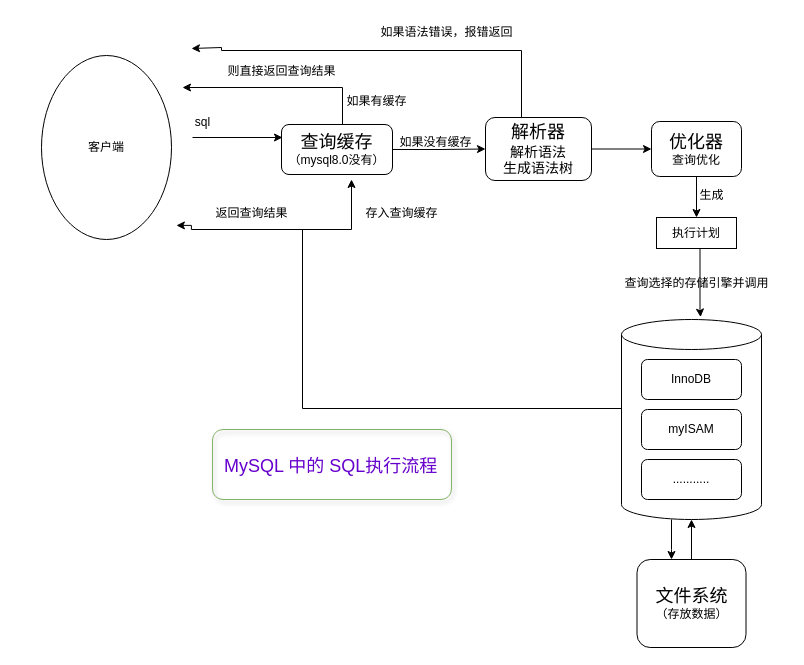
The draw.io diagram 未命名绘图.drawio in 808bass666/Algorithm, before the edit. Source tidied: cells renumbered, new cells numbered last; positions are measured from the earlier drawing's top-left corner, leaving out a move shared by most shapes. Both pictures are drawn from the tidied source at 100%, with x=0, y=0 at pixel (41, 17).
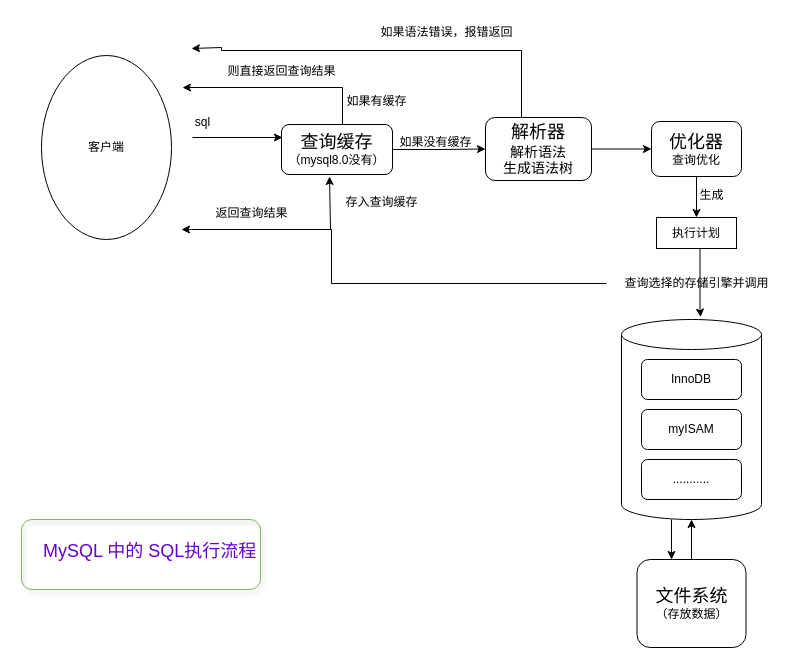
The same page after the edit.

Unchanged cells that the change refers to:
```xml
<mxCell id="18" value="查询选择的存储引擎并调用" style="text;html=1;align=center;verticalAlign=middle;points=[];strokeColor=none;fillColor=none;" parent="1" vertex="1">
  <mxGeometry x="565" y="251" width="180" height="30" as="geometry" />
</mxCell>
```

Change to the diagram source:
```diff
@@
     <mxCell id="2" value="&lt;font color=&quot;#6600cc&quot; style=&quot;font-size: 18px;&quot;&gt;MySQL 中的 SQL执行流程&lt;/font&gt;" style="text;whiteSpace=wrap;html=1;" parent="1" vertex="1">
-      <mxGeometry x="181" y="432" width="249" height="40" as="geometry" />
+      <mxGeometry y="517" width="249" height="40" as="geometry" />
     </mxCell>
@@
+    <mxCell id="35" style="edgeStyle=orthogonalEdgeStyle;rounded=0;jettySize=auto;html=1;" parent="1" edge="1" source="18">
+      <mxGeometry relative="1" as="geometry">
+        <mxPoint x="140" y="212" as="targetPoint" />
+        <Array as="points">
+          <mxPoint x="290" y="266" />
+          <mxPoint x="290" y="212" />
+          <mxPoint x="150" y="212" />
+        </Array>
+      </mxGeometry>
+    </mxCell>
@@
-    <mxCell id="19" style="edgeStyle=orthogonalEdgeStyle;rounded=0;orthogonalLoop=1;jettySize=auto;html=1;exitX=0;exitY=0;exitDx=0;exitDy=57.5;exitPerimeter=0;entryX=1.045;entryY=0.644;entryDx=0;entryDy=0;entryPerimeter=0;" parent="1" edge="1">
-      <mxGeometry relative="1" as="geometry">
-        <mxPoint x="580" y="379.5" as="sourcePoint" />
-        <mxPoint x="134.9" y="207.9" as="targetPoint" />
-        <Array as="points">
-          <mxPoint x="580" y="391" />
-          <mxPoint x="261" y="391" />
-          <mxPoint x="261" y="212" />
-          <mxPoint x="149.9" y="212" />
-          <mxPoint x="149.9" y="208" />
-        </Array>
-      </mxGeometry>
-    </mxCell>
@@
     <mxCell id="30" style="rounded=1;whiteSpace=wrap;html=1;fillColor=none;strokeColor=#82b366;glass=0;shadow=1;" parent="1" vertex="1">
-      <mxGeometry x="171" y="412" width="239" height="70" as="geometry" />
+      <mxGeometry x="-20" y="502" width="239" height="70" as="geometry" />
     </mxCell>
@@
-    <mxCell id="33" style="endArrow=classic;html=1;rounded=0;" parent="1" edge="1">
-      <mxGeometry relative="1" as="geometry">
-        <mxPoint x="260" y="212" as="sourcePoint" />
-        <mxPoint x="310" y="162" as="targetPoint" />
-        <Array as="points">
-          <mxPoint x="310" y="212" />
-        </Array>
-      </mxGeometry>
-    </mxCell>
     <mxCell id="34" value="存入查询缓存" style="text;html=1;align=center;verticalAlign=middle;strokeColor=none;fillColor=none;" parent="1" vertex="1">
-      <mxGeometry x="310" y="181" width="100" height="30" as="geometry" />
+      <mxGeometry x="290" y="170" width="100" height="30" as="geometry" />
     </mxCell>
+    <mxCell id="36" style="endArrow=classic;html=1;rounded=0;" parent="1" edge="1">
+      <mxGeometry relative="1" as="geometry">
+        <mxPoint x="289" y="212" as="sourcePoint" />
+        <mxPoint x="288" y="159" as="targetPoint" />
+      </mxGeometry>
+    </mxCell>
```
